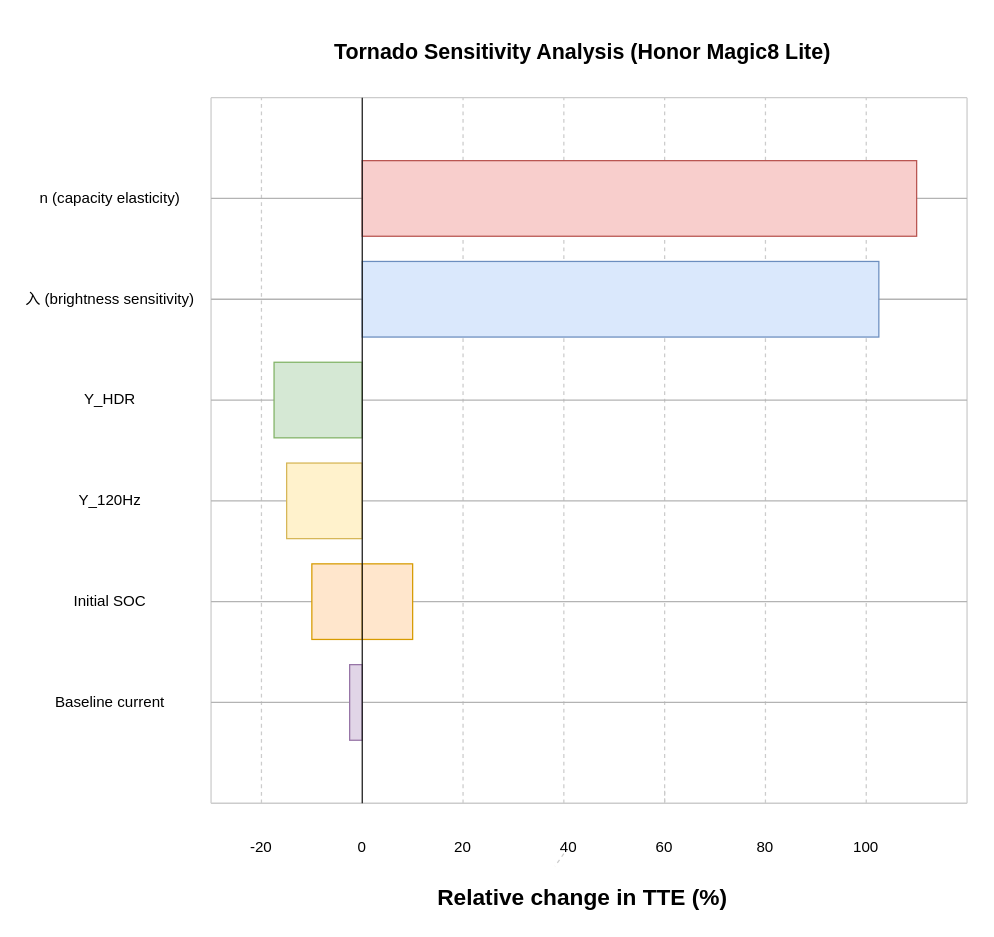
Above: 图1.drawio in SunQYdd/gitskills (draw.io), before the change. Source tidied: cells renumbered, new cells numbered last; positions are measured from the earlier drawing's top-left corner, leaving out a move shared by most shapes. Both pictures are drawn from the tidied source at 126%, with x=0, y=0 at pixel (21, 21).
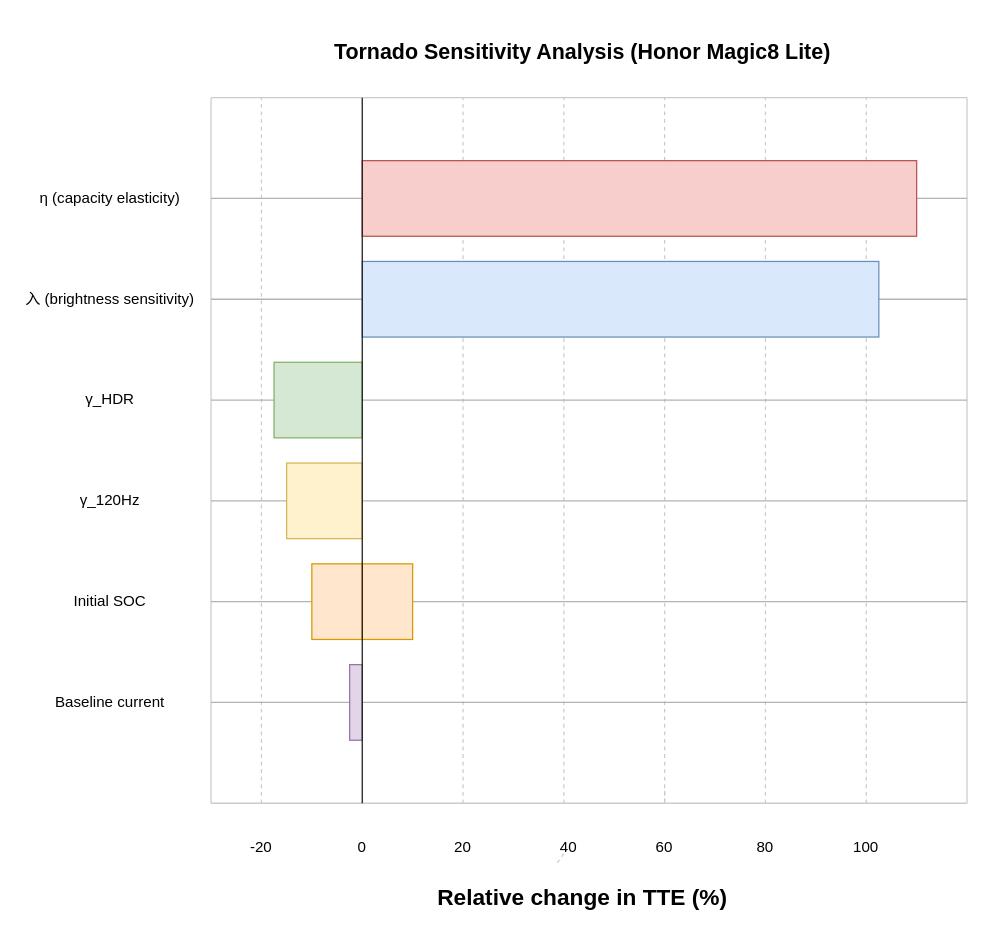
The same page after the edit.

Diff of the diagram source:
```diff
@@
-    <mxCell id="3" value="Y_120Hz" style="text;html=1;whiteSpace=wrap;strokeColor=none;fillColor=none;align=center;verticalAlign=middle;rounded=0;" parent="1" vertex="1">
+    <mxCell id="3" value="γ_120Hz" style="text;html=1;whiteSpace=wrap;strokeColor=none;fillColor=none;align=center;verticalAlign=middle;rounded=0;" parent="1" vertex="1">
       <mxGeometry x="40" y="365" width="60" height="30" as="geometry" />
     </mxCell>
-    <mxCell id="4" value="Y_HDR" style="text;html=1;whiteSpace=wrap;strokeColor=none;fillColor=none;align=center;verticalAlign=middle;rounded=0;" parent="1" vertex="1">
+    <mxCell id="4" value="γ_HDR" style="text;html=1;whiteSpace=wrap;strokeColor=none;fillColor=none;align=center;verticalAlign=middle;rounded=0;" parent="1" vertex="1">
       <mxGeometry x="40" y="285" width="60" height="30" as="geometry" />
     </mxCell>
@@
-    <mxCell id="6" value="n (capacity elasticity)" style="text;html=1;whiteSpace=wrap;strokeColor=none;fillColor=none;align=center;verticalAlign=middle;rounded=0;" parent="1" vertex="1">
+    <mxCell id="6" value="η (capacity elasticity)" style="text;html=1;whiteSpace=wrap;strokeColor=none;fillColor=none;align=center;verticalAlign=middle;rounded=0;" parent="1" vertex="1">
       <mxGeometry y="125" width="140" height="30" as="geometry" />
     </mxCell>
```
